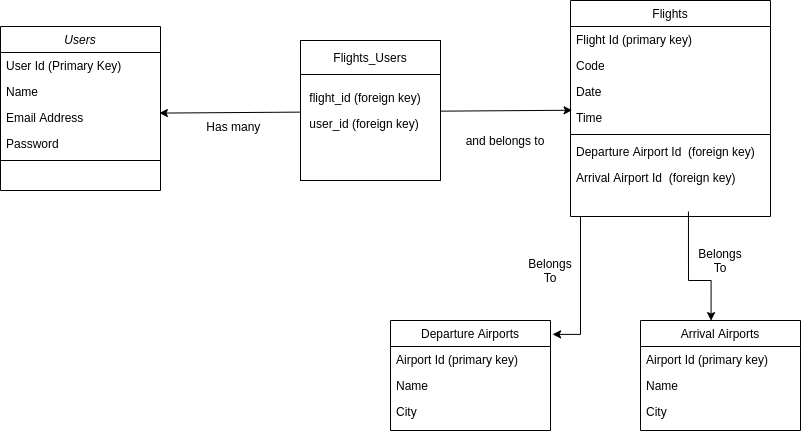
Above: Flight Planner Database Diagram.png in PegliOne/Project-0-Flight-Planner (draw.io), before the change. Source tidied: cells renumbered, new cells last; positions are measured from the earlier drawing's top-left corner, leaving out a move shared by most shapes.
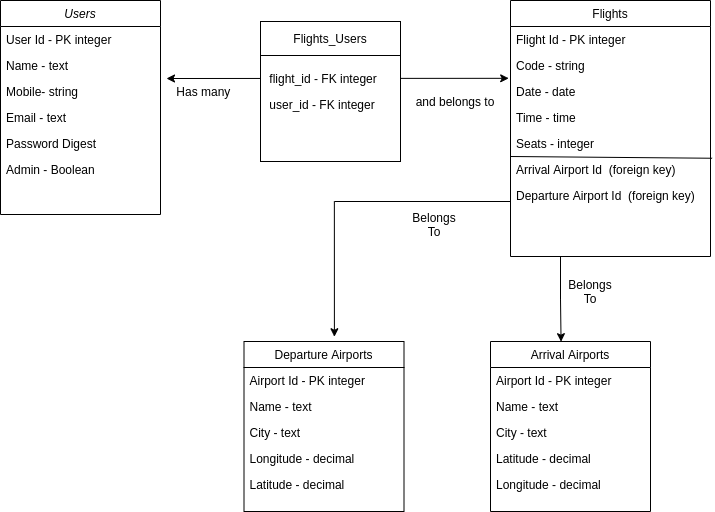
After the commit.

The edit, as a diff of the source:
```diff
@@ -2,70 +2,86 @@
   <root>
     <mxCell id="0" />
     <mxCell id="1" parent="0" />
-    <mxCell id="2" style="endArrow=classic;startArrow=classic;html=1;exitX=0.993;exitY=0.33;exitDx=0;exitDy=0;exitPerimeter=0;entryX=0.008;entryY=0.221;entryDx=0;entryDy=0;entryPerimeter=0;" parent="1" edge="1" source="6" target="18">
-      <mxGeometry relative="1" as="geometry" />
+    <mxCell id="2" style="endArrow=classic;startArrow=classic;html=1;entryX=-0.009;entryY=-0.007;entryDx=0;entryDy=0;entryPerimeter=0;" parent="1" edge="1" target="17">
+      <mxGeometry relative="1" as="geometry">
+        <mxPoint x="206" y="97" as="sourcePoint" />
+      </mxGeometry>
     </mxCell>
     <mxCell id="3" value="Users" style="swimlane;fontStyle=2;align=center;verticalAlign=top;horizontal=1;startSize=26;rounded=0;shadow=0;strokeWidth=1;" parent="1" vertex="1">
-      <mxGeometry y="26" width="160" height="164" as="geometry" />
+      <mxGeometry x="40" y="19" width="160" height="214" as="geometry" />
     </mxCell>
-    <mxCell id="4" value="User Id (Primary Key)" style="text;align=left;verticalAlign=top;spacingLeft=4;spacingRight=4;overflow=hidden;" parent="3" vertex="1">
+    <mxCell id="4" value="User Id - PK integer" style="text;align=left;verticalAlign=top;spacingLeft=4;spacingRight=4;overflow=hidden;" parent="3" vertex="1">
       <mxGeometry y="26" width="160" height="26" as="geometry" />
     </mxCell>
-    <mxCell id="5" value="Name" style="text;align=left;verticalAlign=top;spacingLeft=4;spacingRight=4;overflow=hidden;" parent="3" vertex="1">
+    <mxCell id="5" value="Name - text" style="text;align=left;verticalAlign=top;spacingLeft=4;spacingRight=4;overflow=hidden;" parent="3" vertex="1">
       <mxGeometry y="52" width="160" height="26" as="geometry" />
     </mxCell>
+    <mxCell id="35" value="Mobile- string" style="text;align=left;verticalAlign=top;spacingLeft=4;spacingRight=4;overflow=hidden;" parent="3" vertex="1">
+      <mxGeometry y="78" width="160" height="26" as="geometry" />
+    </mxCell>
-    <mxCell id="6" value="Email Address" style="text;align=left;verticalAlign=top;spacingLeft=4;spacingRight=4;overflow=hidden;points=[[0,0.5],[1,0.5]];portConstraint=eastwest;rounded=0;shadow=0;html=0;" parent="3" vertex="1">
-      <mxGeometry y="78" width="160" height="26" as="geometry" />
+    <mxCell id="6" value="Email - text" style="text;align=left;verticalAlign=top;spacingLeft=4;spacingRight=4;overflow=hidden;points=[[0,0.5],[1,0.5]];portConstraint=eastwest;rounded=0;shadow=0;html=0;" parent="3" vertex="1">
+      <mxGeometry y="104" width="160" height="26" as="geometry" />
     </mxCell>
-    <mxCell id="7" value="Password" style="text;align=left;verticalAlign=top;spacingLeft=4;spacingRight=4;overflow=hidden;rounded=0;shadow=0;html=0;" parent="3" vertex="1">
-      <mxGeometry y="104" width="160" height="26" as="geometry" />
+    <mxCell id="7" value="Password Digest" style="text;align=left;verticalAlign=top;spacingLeft=4;spacingRight=4;overflow=hidden;rounded=0;shadow=0;html=0;" parent="3" vertex="1">
+      <mxGeometry y="130" width="160" height="26" as="geometry" />
     </mxCell>
-    <mxCell id="8" style="line;html=1;strokeWidth=1;align=left;verticalAlign=middle;spacingTop=-1;spacingLeft=3;spacingRight=3;labelPosition=right;" parent="3" vertex="1">
-      <mxGeometry y="130" width="160" height="8" as="geometry" />
-    </mxCell>
+    <mxCell id="36" value="Admin - Boolean" style="text;align=left;verticalAlign=top;spacingLeft=4;spacingRight=4;overflow=hidden;rounded=0;shadow=0;html=0;" parent="3" vertex="1">
+      <mxGeometry y="156" width="160" height="26" as="geometry" />
+    </mxCell>
     <mxCell id="9" value="Departure Airports" style="swimlane;fontStyle=0;align=center;verticalAlign=top;horizontal=1;startSize=26;rounded=0;shadow=0;strokeWidth=1;" parent="1" vertex="1">
-      <mxGeometry x="390" y="320" width="160" height="110" as="geometry" />
+      <mxGeometry x="283.5" y="360" width="160" height="170" as="geometry" />
     </mxCell>
-    <mxCell id="10" value="Airport Id (primary key)" style="text;align=left;verticalAlign=top;spacingLeft=4;spacingRight=4;overflow=hidden;" parent="9" vertex="1">
+    <mxCell id="10" value="Airport Id - PK integer" style="text;align=left;verticalAlign=top;spacingLeft=4;spacingRight=4;overflow=hidden;" parent="9" vertex="1">
       <mxGeometry y="26" width="160" height="26" as="geometry" />
     </mxCell>
-    <mxCell id="11" value="Name" style="text;align=left;verticalAlign=top;spacingLeft=4;spacingRight=4;overflow=hidden;" parent="9" vertex="1">
+    <mxCell id="11" value="Name - text" style="text;align=left;verticalAlign=top;spacingLeft=4;spacingRight=4;overflow=hidden;" parent="9" vertex="1">
       <mxGeometry y="52" width="160" height="26" as="geometry" />
     </mxCell>
-    <mxCell id="12" value="City" style="text;align=left;verticalAlign=top;spacingLeft=4;spacingRight=4;overflow=hidden;" parent="9" vertex="1">
+    <mxCell id="12" value="City - text" style="text;align=left;verticalAlign=top;spacingLeft=4;spacingRight=4;overflow=hidden;" parent="9" vertex="1">
       <mxGeometry y="78" width="160" height="26" as="geometry" />
     </mxCell>
+    <mxCell id="37" value="Longitude - decimal" style="text;align=left;verticalAlign=top;spacingLeft=4;spacingRight=4;overflow=hidden;" parent="9" vertex="1">
+      <mxGeometry y="104" width="160" height="26" as="geometry" />
+    </mxCell>
+    <mxCell id="38" value="Latitude - decimal" style="text;align=left;verticalAlign=top;spacingLeft=4;spacingRight=4;overflow=hidden;" parent="9" vertex="1">
+      <mxGeometry y="130" width="160" height="26" as="geometry" />
+    </mxCell>
-    <mxCell id="13" style="edgeStyle=orthogonalEdgeStyle;rounded=0;jettySize=auto;html=1;entryX=1.013;entryY=0.126;entryDx=0;entryDy=0;entryPerimeter=0;" parent="1" edge="1" source="14" target="9">
+    <mxCell id="13" style="edgeStyle=orthogonalEdgeStyle;rounded=0;jettySize=auto;html=1;entryX=0.565;entryY=-0.028;entryDx=0;entryDy=0;entryPerimeter=0;" parent="1" edge="1" source="14" target="9">
       <mxGeometry relative="1" as="geometry">
         <Array as="points">
-          <mxPoint x="580" y="334" />
+          <mxPoint x="374" y="220" />
         </Array>
       </mxGeometry>
     </mxCell>
     <mxCell id="14" value="Flights" style="swimlane;fontStyle=0;align=center;verticalAlign=top;horizontal=1;startSize=26;rounded=0;shadow=0;strokeWidth=1;" parent="1" vertex="1">
-      <mxGeometry x="570" width="200" height="216" as="geometry" />
+      <mxGeometry x="550" y="19" width="200" height="256" as="geometry" />
     </mxCell>
-    <mxCell id="15" value="Flight Id (primary key)" style="text;align=left;verticalAlign=top;spacingLeft=4;spacingRight=4;overflow=hidden;" parent="14" vertex="1">
+    <mxCell id="15" value="Flight Id - PK integer" style="text;align=left;verticalAlign=top;spacingLeft=4;spacingRight=4;overflow=hidden;" parent="14" vertex="1">
       <mxGeometry y="26" width="200" height="26" as="geometry" />
     </mxCell>
-    <mxCell id="16" value="Code" style="text;align=left;verticalAlign=top;spacingLeft=4;spacingRight=4;overflow=hidden;" parent="14" vertex="1">
+    <mxCell id="16" value="Code - string" style="text;align=left;verticalAlign=top;spacingLeft=4;spacingRight=4;overflow=hidden;" parent="14" vertex="1">
       <mxGeometry y="52" width="200" height="26" as="geometry" />
     </mxCell>
-    <mxCell id="17" value="Date" style="text;align=left;verticalAlign=top;spacingLeft=4;spacingRight=4;overflow=hidden;points=[[0,0.5],[1,0.5]];portConstraint=eastwest;rounded=0;shadow=0;html=0;" parent="14" vertex="1">
+    <mxCell id="17" value="Date - date" style="text;align=left;verticalAlign=top;spacingLeft=4;spacingRight=4;overflow=hidden;points=[[0,0.5],[1,0.5]];portConstraint=eastwest;rounded=0;shadow=0;html=0;" parent="14" vertex="1">
       <mxGeometry y="78" width="200" height="26" as="geometry" />
     </mxCell>
-    <mxCell id="18" value="Time" style="text;align=left;verticalAlign=top;spacingLeft=4;spacingRight=4;overflow=hidden;points=[[0,0.5],[1,0.5]];portConstraint=eastwest;rounded=0;shadow=0;html=0;" parent="14" vertex="1">
+    <mxCell id="18" value="Time - time" style="text;align=left;verticalAlign=top;spacingLeft=4;spacingRight=4;overflow=hidden;points=[[0,0.5],[1,0.5]];portConstraint=eastwest;rounded=0;shadow=0;html=0;" parent="14" vertex="1">
       <mxGeometry y="104" width="200" height="26" as="geometry" />
     </mxCell>
-    <mxCell id="19" style="line;html=1;strokeWidth=1;align=left;verticalAlign=middle;spacingTop=-1;spacingLeft=3;spacingRight=3;labelPosition=right;" parent="14" vertex="1">
-      <mxGeometry y="130" width="200" height="8" as="geometry" />
-    </mxCell>
+    <mxCell id="39" value="Seats - integer" style="text;align=left;verticalAlign=top;spacingLeft=4;spacingRight=4;overflow=hidden;rounded=0;shadow=0;html=0;" parent="14" vertex="1">
+      <mxGeometry y="130" width="200" height="26" as="geometry" />
+    </mxCell>
+    <mxCell id="40" style="endArrow=none;html=1;entryX=1.008;entryY=0.067;entryDx=0;entryDy=0;entryPerimeter=0;" parent="14" edge="1" target="21">
+      <mxGeometry relative="1" as="geometry">
+        <mxPoint y="156" as="sourcePoint" />
+      </mxGeometry>
+    </mxCell>
+    <mxCell id="21" value="Arrival Airport Id  (foreign key)" style="text;align=left;verticalAlign=top;spacingLeft=4;spacingRight=4;overflow=hidden;points=[[0,0.5],[1,0.5]];portConstraint=eastwest;" parent="14" vertex="1">
+      <mxGeometry y="156" width="200" height="26" as="geometry" />
+    </mxCell>
     <mxCell id="20" value="Departure Airport Id  (foreign key)" style="text;align=left;verticalAlign=top;spacingLeft=4;spacingRight=4;overflow=hidden;" parent="14" vertex="1">
-      <mxGeometry y="138" width="200" height="26" as="geometry" />
+      <mxGeometry y="182" width="200" height="26" as="geometry" />
     </mxCell>
-    <mxCell id="21" value="Arrival Airport Id  (foreign key)" style="text;align=left;verticalAlign=top;spacingLeft=4;spacingRight=4;overflow=hidden;points=[[0,0.5],[1,0.5]];portConstraint=eastwest;" parent="14" vertex="1">
-      <mxGeometry y="164" width="200" height="26" as="geometry" />
-    </mxCell>
     <mxCell id="22" style="whiteSpace=wrap;html=1;" parent="1" vertex="1">
       <mxGeometry x="300" y="40" width="140" height="140" as="geometry" />
     </mxCell>
@@ -73,43 +89,43 @@
       <mxGeometry x="300" y="40" width="140" height="34" as="geometry" />
     </mxCell>
     <mxCell id="24" value="Belongs To" style="text;html=1;strokeColor=none;fillColor=none;align=center;verticalAlign=middle;whiteSpace=wrap;rounded=0;" parent="1" vertex="1">
-      <mxGeometry x="520" y="260" width="60" height="20" as="geometry" />
+      <mxGeometry x="443.5" y="233" width="60" height="20" as="geometry" />
     </mxCell>
     <mxCell id="25" value="Arrival Airports" style="swimlane;fontStyle=0;align=center;verticalAlign=top;horizontal=1;startSize=26;rounded=0;shadow=0;strokeWidth=1;" parent="1" vertex="1">
-      <mxGeometry x="640" y="320" width="160" height="110" as="geometry" />
+      <mxGeometry x="530" y="360" width="160" height="170" as="geometry" />
     </mxCell>
-    <mxCell id="26" value="Airport Id (primary key)" style="text;align=left;verticalAlign=top;spacingLeft=4;spacingRight=4;overflow=hidden;" parent="25" vertex="1">
+    <mxCell id="26" value="Airport Id - PK integer" style="text;align=left;verticalAlign=top;spacingLeft=4;spacingRight=4;overflow=hidden;" parent="25" vertex="1">
       <mxGeometry y="26" width="160" height="26" as="geometry" />
     </mxCell>
-    <mxCell id="27" value="Name" style="text;align=left;verticalAlign=top;spacingLeft=4;spacingRight=4;overflow=hidden;" parent="25" vertex="1">
-      <mxGeometry y="52" width="160" height="26" as="geometry" />
-    </mxCell>
-    <mxCell id="28" value="City" style="text;align=left;verticalAlign=top;spacingLeft=4;spacingRight=4;overflow=hidden;" parent="25" vertex="1">
-      <mxGeometry y="78" width="160" height="26" as="geometry" />
-    </mxCell>
+    <mxCell id="41" value="Name - text" style="text;align=left;verticalAlign=top;spacingLeft=4;spacingRight=4;overflow=hidden;" parent="25" vertex="1">
+      <mxGeometry y="52" width="160" height="26" as="geometry" />
+    </mxCell>
+    <mxCell id="42" value="City - text" style="text;align=left;verticalAlign=top;spacingLeft=4;spacingRight=4;overflow=hidden;" parent="25" vertex="1">
+      <mxGeometry y="78" width="160" height="26" as="geometry" />
+    </mxCell>
+    <mxCell id="43" value="Latitude - decimal" style="text;align=left;verticalAlign=top;spacingLeft=4;spacingRight=4;overflow=hidden;" parent="25" vertex="1">
+      <mxGeometry y="104" width="160" height="26" as="geometry" />
+    </mxCell>
+    <mxCell id="44" value="Longitude - decimal" style="text;align=left;verticalAlign=top;spacingLeft=4;spacingRight=4;overflow=hidden;" parent="25" vertex="1">
+      <mxGeometry y="130" width="160" height="26" as="geometry" />
+    </mxCell>
-    <mxCell id="29" style="edgeStyle=orthogonalEdgeStyle;rounded=0;jettySize=auto;html=1;entryX=0.441;entryY=0.001;entryDx=0;entryDy=0;entryPerimeter=0;" parent="1" edge="1" target="25">
-      <mxGeometry relative="1" as="geometry">
-        <mxPoint x="688" y="211" as="sourcePoint" />
-        <Array as="points">
-          <mxPoint x="688" y="280" />
-          <mxPoint x="711" y="280" />
-        </Array>
-      </mxGeometry>
+    <mxCell id="29" style="edgeStyle=orthogonalEdgeStyle;rounded=0;jettySize=auto;html=1;entryX=0.441;entryY=0.001;entryDx=0;entryDy=0;entryPerimeter=0;exitX=0.25;exitY=1;exitDx=0;exitDy=0;" parent="1" edge="1" source="14" target="25">
+      <mxGeometry relative="1" as="geometry" />
     </mxCell>
     <mxCell id="30" value="Belongs To" style="text;html=1;strokeColor=none;fillColor=none;align=center;verticalAlign=middle;whiteSpace=wrap;rounded=0;" parent="1" vertex="1">
-      <mxGeometry x="690" y="250" width="60" height="20" as="geometry" />
+      <mxGeometry x="600" y="300" width="60" height="20" as="geometry" />
     </mxCell>
-    <mxCell id="31" value=" flight_id (foreign key)" style="text;align=left;verticalAlign=top;spacingLeft=4;spacingRight=4;overflow=hidden;rounded=0;shadow=0;html=0;" parent="1" vertex="1">
+    <mxCell id="31" value=" flight_id - FK integer" style="text;align=left;verticalAlign=top;spacingLeft=4;spacingRight=4;overflow=hidden;rounded=0;shadow=0;html=0;" parent="1" vertex="1">
       <mxGeometry x="300" y="84" width="143.5" height="26" as="geometry" />
     </mxCell>
-    <mxCell id="32" value=" user_id (foreign key)" style="text;align=left;verticalAlign=top;spacingLeft=4;spacingRight=4;overflow=hidden;rounded=0;shadow=0;html=0;" parent="1" vertex="1">
+    <mxCell id="32" value=" user_id - FK integer" style="text;align=left;verticalAlign=top;spacingLeft=4;spacingRight=4;overflow=hidden;rounded=0;shadow=0;html=0;" parent="1" vertex="1">
       <mxGeometry x="300" y="110" width="143.5" height="26" as="geometry" />
     </mxCell>
     <mxCell id="33" value="Has many&amp;nbsp;" style="text;html=1;strokeColor=none;fillColor=none;align=center;verticalAlign=middle;whiteSpace=wrap;rounded=0;" parent="1" vertex="1">
-      <mxGeometry x="180" y="116" width="110" height="20" as="geometry" />
+      <mxGeometry x="190" y="100" width="110" height="20" as="geometry" />
     </mxCell>
     <mxCell id="34" value="and belongs to" style="text;html=1;strokeColor=none;fillColor=none;align=center;verticalAlign=middle;whiteSpace=wrap;rounded=0;" parent="1" vertex="1">
-      <mxGeometry x="450" y="130" width="110" height="20" as="geometry" />
+      <mxGeometry x="440" y="110" width="110" height="20" as="geometry" />
     </mxCell>
   </root>
 </mxGraphModel>
```
